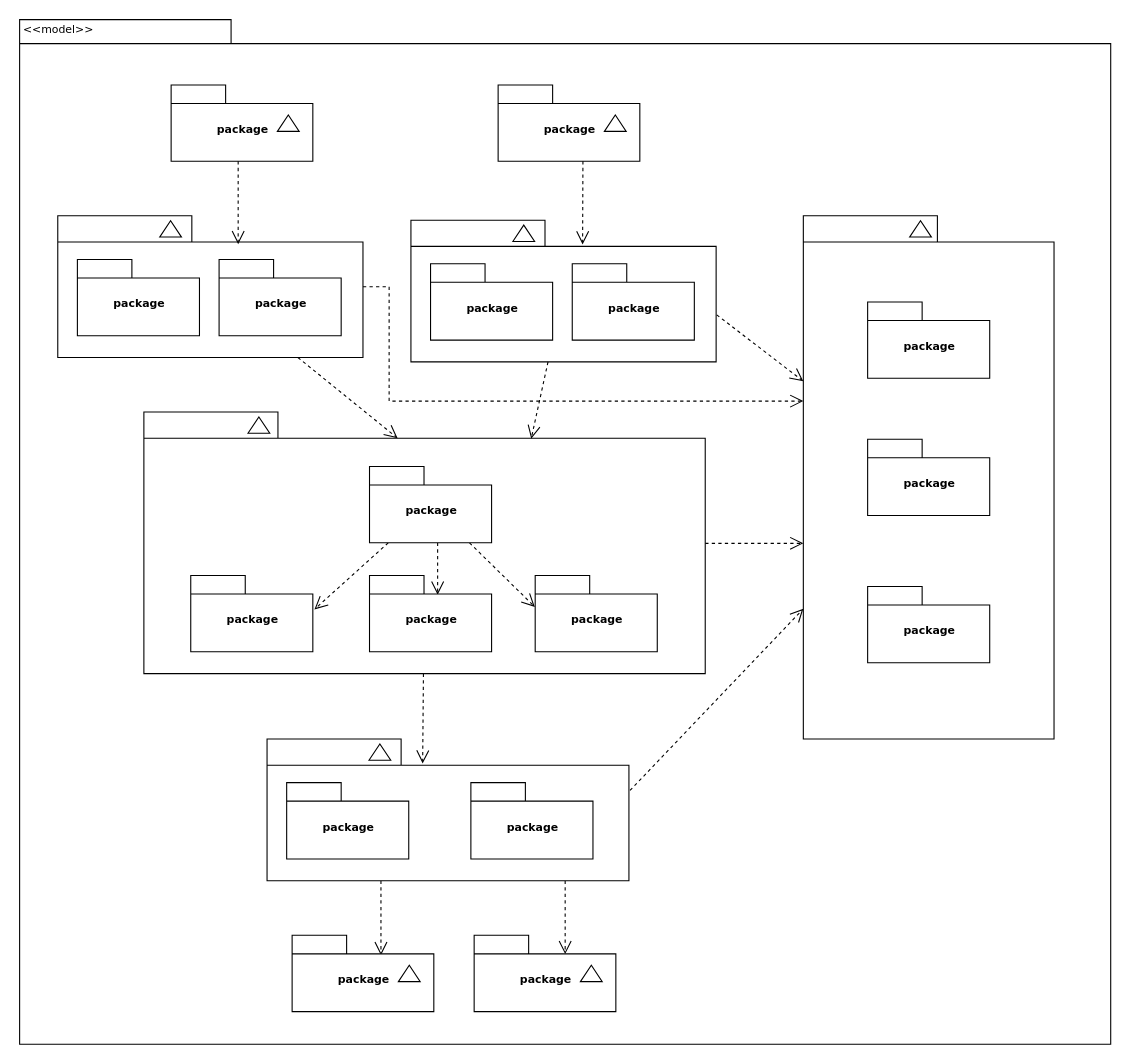
Alino999/U-AUBEN keeps this draw.io diagram as Diagramme de deploiement.drawio. Above is the earlier version. Source tidied: cells renumbered, new cells numbered last; positions are measured from the earlier drawing's top-left corner, leaving out a move shared by most shapes. Both pictures are drawn from the tidied source at 109%, with x=0, y=0 at pixel (19, 19).
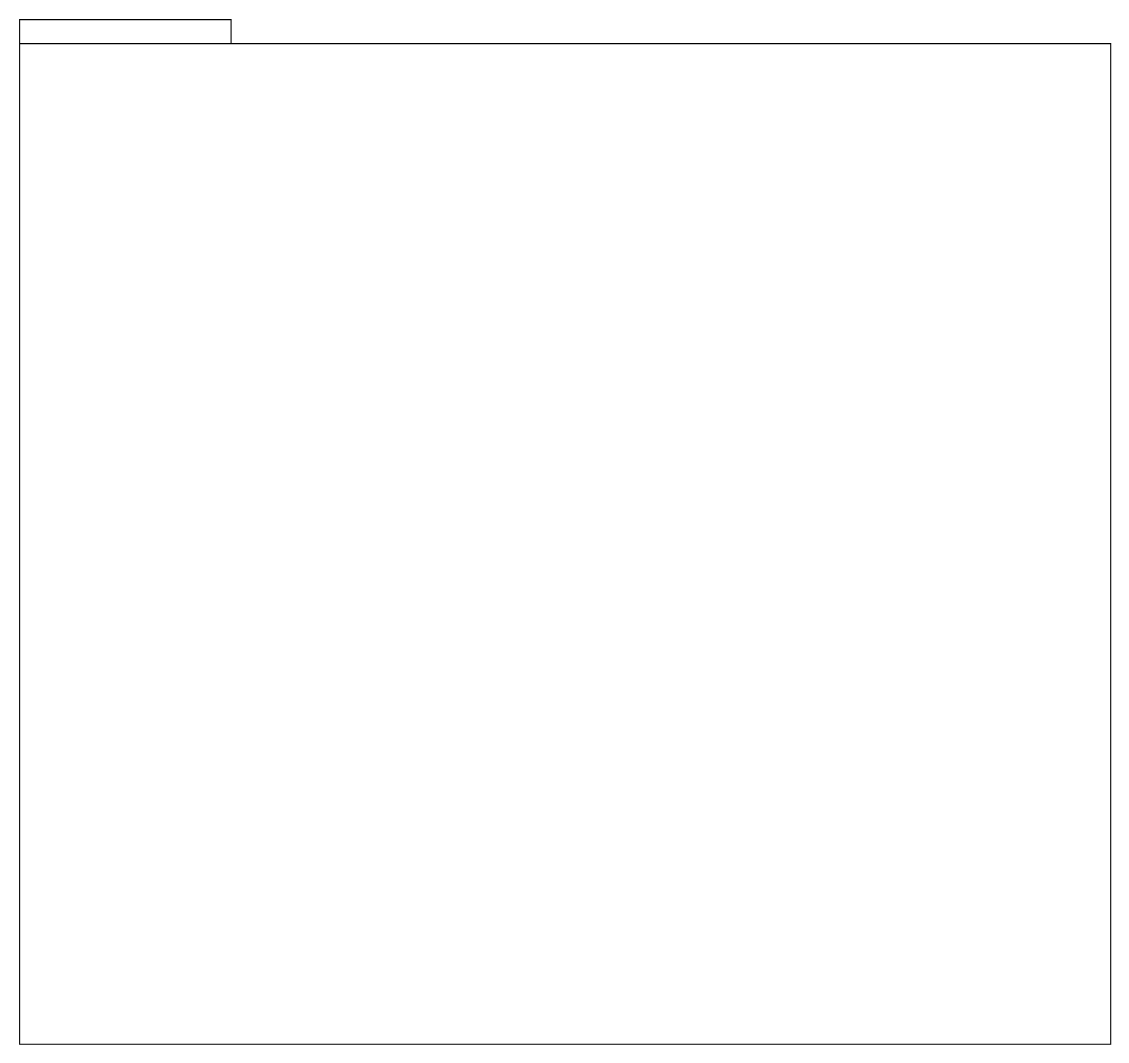
Above is the later version.

Commit message (it also covers changes not shown here):
Mettre à jour Diagramme de deploiement.drawio

What changed in the source:
```diff
@@
-    <mxCell id="3" style="group;" parent="1" vertex="1">
-      <mxGeometry x="139.5" y="60.5" width="130" height="70" as="geometry" />
-    </mxCell>
-    <mxCell id="4" value="package" style="shape=folder;fontStyle=1;spacingTop=10;tabWidth=50;tabHeight=17;tabPosition=left;html=1;rounded=0;shadow=0;comic=0;labelBackgroundColor=none;strokeWidth=1;fontFamily=Verdana;fontSize=10;align=center;" parent="3" vertex="1">
-      <mxGeometry width="130" height="70" as="geometry" />
-    </mxCell>
-    <mxCell id="5" style="triangle;whiteSpace=wrap;html=1;rounded=0;shadow=0;comic=0;labelBackgroundColor=none;strokeWidth=1;fontFamily=Verdana;fontSize=10;align=center;rotation=-90;" parent="3" vertex="1">
-      <mxGeometry x="100" y="25" width="15" height="20" as="geometry" />
-    </mxCell>
-    <mxCell id="6" style="group;" parent="1" vertex="1">
-      <mxGeometry x="439.5" y="60.5" width="130" height="70" as="geometry" />
-    </mxCell>
-    <mxCell id="7" value="package" style="shape=folder;fontStyle=1;spacingTop=10;tabWidth=50;tabHeight=17;tabPosition=left;html=1;rounded=0;shadow=0;comic=0;labelBackgroundColor=none;strokeWidth=1;fontFamily=Verdana;fontSize=10;align=center;" parent="6" vertex="1">
-      <mxGeometry width="130" height="70" as="geometry" />
-    </mxCell>
-    <mxCell id="8" style="triangle;whiteSpace=wrap;html=1;rounded=0;shadow=0;comic=0;labelBackgroundColor=none;strokeWidth=1;fontFamily=Verdana;fontSize=10;align=center;rotation=-90;" parent="6" vertex="1">
-      <mxGeometry x="100" y="25" width="15" height="20" as="geometry" />
-    </mxCell>
-    <mxCell id="9" style="group;" parent="1" vertex="1">
-      <mxGeometry x="35.5" y="180.5" width="280" height="130" as="geometry" />
-    </mxCell>
-    <mxCell id="10" style="shape=folder;fontStyle=1;spacingTop=10;tabWidth=123;tabHeight=24;tabPosition=left;html=1;rounded=0;shadow=0;comic=0;labelBackgroundColor=none;strokeWidth=1;fontFamily=Verdana;fontSize=10;align=center;" parent="9" vertex="1">
-      <mxGeometry width="280" height="130" as="geometry" />
-    </mxCell>
-    <mxCell id="11" style="triangle;whiteSpace=wrap;html=1;rounded=0;shadow=0;comic=0;labelBackgroundColor=none;strokeWidth=1;fontFamily=Verdana;fontSize=10;align=center;rotation=-90;" parent="9" vertex="1">
-      <mxGeometry x="96" y="2" width="15" height="20" as="geometry" />
-    </mxCell>
-    <mxCell id="12" value="package" style="shape=folder;fontStyle=1;spacingTop=10;tabWidth=50;tabHeight=17;tabPosition=left;html=1;rounded=0;shadow=0;comic=0;labelBackgroundColor=none;strokeWidth=1;fontFamily=Verdana;fontSize=10;align=center;" parent="9" vertex="1">
-      <mxGeometry x="18" y="40" width="112" height="70" as="geometry" />
-    </mxCell>
-    <mxCell id="13" value="package" style="shape=folder;fontStyle=1;spacingTop=10;tabWidth=50;tabHeight=17;tabPosition=left;html=1;rounded=0;shadow=0;comic=0;labelBackgroundColor=none;strokeWidth=1;fontFamily=Verdana;fontSize=10;align=center;" parent="9" vertex="1">
-      <mxGeometry x="148" y="40" width="112" height="70" as="geometry" />
-    </mxCell>
-    <mxCell id="14" style="group;" parent="1" vertex="1">
-      <mxGeometry x="359.5" y="184.5" width="280" height="130" as="geometry" />
-    </mxCell>
-    <mxCell id="15" style="shape=folder;fontStyle=1;spacingTop=10;tabWidth=123;tabHeight=24;tabPosition=left;html=1;rounded=0;shadow=0;comic=0;labelBackgroundColor=none;strokeWidth=1;fontFamily=Verdana;fontSize=10;align=center;" parent="14" vertex="1">
-      <mxGeometry width="280" height="130" as="geometry" />
-    </mxCell>
-    <mxCell id="16" style="triangle;whiteSpace=wrap;html=1;rounded=0;shadow=0;comic=0;labelBackgroundColor=none;strokeWidth=1;fontFamily=Verdana;fontSize=10;align=center;rotation=-90;" parent="14" vertex="1">
-      <mxGeometry x="96" y="2" width="15" height="20" as="geometry" />
-    </mxCell>
-    <mxCell id="17" value="package" style="shape=folder;fontStyle=1;spacingTop=10;tabWidth=50;tabHeight=17;tabPosition=left;html=1;rounded=0;shadow=0;comic=0;labelBackgroundColor=none;strokeWidth=1;fontFamily=Verdana;fontSize=10;align=center;" parent="14" vertex="1">
-      <mxGeometry x="18" y="40" width="112" height="70" as="geometry" />
-    </mxCell>
-    <mxCell id="18" value="package" style="shape=folder;fontStyle=1;spacingTop=10;tabWidth=50;tabHeight=17;tabPosition=left;html=1;rounded=0;shadow=0;comic=0;labelBackgroundColor=none;strokeWidth=1;fontFamily=Verdana;fontSize=10;align=center;" parent="14" vertex="1">
-      <mxGeometry x="148" y="40" width="112" height="70" as="geometry" />
-    </mxCell>
-    <mxCell id="19" style="group;" parent="1" vertex="1">
-      <mxGeometry x="719.5" y="180.5" width="230" height="480" as="geometry" />
-    </mxCell>
-    <mxCell id="20" style="group;" parent="19" vertex="1">
-      <mxGeometry width="230" height="480" as="geometry" />
-    </mxCell>
-    <mxCell id="21" style="shape=folder;fontStyle=1;spacingTop=10;tabWidth=123;tabHeight=24;tabPosition=left;html=1;rounded=0;shadow=0;comic=0;labelBackgroundColor=none;strokeWidth=1;fontFamily=Verdana;fontSize=10;align=center;" parent="20" vertex="1">
-      <mxGeometry width="230" height="480" as="geometry" />
-    </mxCell>
-    <mxCell id="22" style="triangle;whiteSpace=wrap;html=1;rounded=0;shadow=0;comic=0;labelBackgroundColor=none;strokeWidth=1;fontFamily=Verdana;fontSize=10;align=center;rotation=-90;" parent="20" vertex="1">
-      <mxGeometry x="100" y="2" width="15" height="20" as="geometry" />
-    </mxCell>
-    <mxCell id="23" value="package" style="shape=folder;fontStyle=1;spacingTop=10;tabWidth=50;tabHeight=17;tabPosition=left;html=1;rounded=0;shadow=0;comic=0;labelBackgroundColor=none;strokeWidth=1;fontFamily=Verdana;fontSize=10;align=center;" parent="20" vertex="1">
-      <mxGeometry x="59" y="79" width="112" height="70" as="geometry" />
-    </mxCell>
-    <mxCell id="24" value="package" style="shape=folder;fontStyle=1;spacingTop=10;tabWidth=50;tabHeight=17;tabPosition=left;html=1;rounded=0;shadow=0;comic=0;labelBackgroundColor=none;strokeWidth=1;fontFamily=Verdana;fontSize=10;align=center;" parent="20" vertex="1">
-      <mxGeometry x="59" y="205" width="112" height="70" as="geometry" />
-    </mxCell>
-    <mxCell id="25" value="package" style="shape=folder;fontStyle=1;spacingTop=10;tabWidth=50;tabHeight=17;tabPosition=left;html=1;rounded=0;shadow=0;comic=0;labelBackgroundColor=none;strokeWidth=1;fontFamily=Verdana;fontSize=10;align=center;" parent="20" vertex="1">
-      <mxGeometry x="59" y="340" width="112" height="70" as="geometry" />
-    </mxCell>
-    <mxCell id="26" style="edgeStyle=none;rounded=0;html=1;entryX=0.43;entryY=0.173;entryPerimeter=0;dashed=1;labelBackgroundColor=none;startFill=0;endArrow=open;endFill=0;endSize=10;fontFamily=Verdana;fontSize=10;" parent="1" edge="1" source="28" target="39">
-      <mxGeometry relative="1" as="geometry" />
-    </mxCell>
-    <mxCell id="27" style="edgeStyle=elbowEdgeStyle;rounded=0;html=1;dashed=1;labelBackgroundColor=none;startFill=0;endArrow=open;endFill=0;endSize=10;fontFamily=Verdana;fontSize=10;elbow=vertical;" parent="1" edge="1" source="28" target="21">
-      <mxGeometry relative="1" as="geometry" />
-    </mxCell>
-    <mxCell id="28" style="shape=folder;fontStyle=1;spacingTop=10;tabWidth=123;tabHeight=24;tabPosition=left;html=1;rounded=0;shadow=0;comic=0;labelBackgroundColor=none;strokeColor=#000000;strokeWidth=1;fillColor=#ffffff;fontFamily=Verdana;fontSize=10;fontColor=#000000;align=center;" parent="1" vertex="1">
-      <mxGeometry x="114.5" y="360.5" width="515" height="240" as="geometry" />
-    </mxCell>
-    <mxCell id="29" style="edgeStyle=elbowEdgeStyle;rounded=0;html=1;entryX=0.559;entryY=0.251;entryPerimeter=0;dashed=1;labelBackgroundColor=none;startFill=0;endArrow=open;endFill=0;endSize=10;fontFamily=Verdana;fontSize=10;" parent="1" edge="1" source="32" target="34">
-      <mxGeometry relative="1" as="geometry" />
-    </mxCell>
-    <mxCell id="30" style="edgeStyle=none;rounded=0;html=1;dashed=1;labelBackgroundColor=none;startFill=0;endArrow=open;endFill=0;endSize=10;fontFamily=Verdana;fontSize=10;entryX=-0.003;entryY=0.411;entryPerimeter=0;" parent="1" edge="1" source="32" target="35">
-      <mxGeometry relative="1" as="geometry" />
-    </mxCell>
-    <mxCell id="31" style="edgeStyle=none;rounded=0;html=1;dashed=1;labelBackgroundColor=none;startFill=0;endArrow=open;endFill=0;endSize=10;fontFamily=Verdana;fontSize=10;entryX=1.013;entryY=0.444;entryPerimeter=0;" parent="1" edge="1" source="32" target="33">
-      <mxGeometry relative="1" as="geometry" />
-    </mxCell>
-    <mxCell id="32" value="package" style="shape=folder;fontStyle=1;spacingTop=10;tabWidth=50;tabHeight=17;tabPosition=left;html=1;rounded=0;shadow=0;comic=0;labelBackgroundColor=none;strokeColor=#000000;strokeWidth=1;fillColor=#ffffff;fontFamily=Verdana;fontSize=10;fontColor=#000000;align=center;" parent="1" vertex="1">
-      <mxGeometry x="321.5" y="410.5" width="112" height="70" as="geometry" />
-    </mxCell>
-    <mxCell id="33" value="package" style="shape=folder;fontStyle=1;spacingTop=10;tabWidth=50;tabHeight=17;tabPosition=left;html=1;rounded=0;shadow=0;comic=0;labelBackgroundColor=none;strokeColor=#000000;strokeWidth=1;fillColor=#ffffff;fontFamily=Verdana;fontSize=10;fontColor=#000000;align=center;" parent="1" vertex="1">
-      <mxGeometry x="157.5" y="510.5" width="112" height="70" as="geometry" />
-    </mxCell>
-    <mxCell id="34" value="package" style="shape=folder;fontStyle=1;spacingTop=10;tabWidth=50;tabHeight=17;tabPosition=left;html=1;rounded=0;shadow=0;comic=0;labelBackgroundColor=none;strokeColor=#000000;strokeWidth=1;fillColor=#ffffff;fontFamily=Verdana;fontSize=10;fontColor=#000000;align=center;" parent="1" vertex="1">
-      <mxGeometry x="321.5" y="510.5" width="112" height="70" as="geometry" />
-    </mxCell>
-    <mxCell id="35" value="package" style="shape=folder;fontStyle=1;spacingTop=10;tabWidth=50;tabHeight=17;tabPosition=left;html=1;rounded=0;shadow=0;comic=0;labelBackgroundColor=none;strokeColor=#000000;strokeWidth=1;fillColor=#ffffff;fontFamily=Verdana;fontSize=10;fontColor=#000000;align=center;" parent="1" vertex="1">
-      <mxGeometry x="473.5" y="510.5" width="112" height="70" as="geometry" />
-    </mxCell>
-    <mxCell id="36" style="edgeStyle=elbowEdgeStyle;rounded=0;html=1;entryX=0.628;entryY=0.26;entryPerimeter=0;dashed=1;labelBackgroundColor=none;startFill=0;endArrow=open;endFill=0;endSize=10;fontFamily=Verdana;fontSize=10;" parent="1" edge="1" source="39" target="45">
-      <mxGeometry relative="1" as="geometry" />
-    </mxCell>
-    <mxCell id="37" style="edgeStyle=elbowEdgeStyle;rounded=0;html=1;entryX=0.643;entryY=0.246;entryPerimeter=0;dashed=1;labelBackgroundColor=none;startFill=0;endArrow=open;endFill=0;endSize=10;fontFamily=Verdana;fontSize=10;" parent="1" edge="1" source="39" target="48">
-      <mxGeometry relative="1" as="geometry" />
-    </mxCell>
-    <mxCell id="38" style="edgeStyle=none;rounded=0;html=1;dashed=1;labelBackgroundColor=none;startFill=0;endArrow=open;endFill=0;endSize=10;fontFamily=Verdana;fontSize=10;exitX=1.003;exitY=0.363;exitPerimeter=0;" parent="1" edge="1" source="39" target="21">
-      <mxGeometry relative="1" as="geometry" />
-    </mxCell>
-    <mxCell id="39" style="shape=folder;fontStyle=1;spacingTop=10;tabWidth=123;tabHeight=24;tabPosition=left;html=1;rounded=0;shadow=0;comic=0;labelBackgroundColor=none;strokeWidth=1;fontFamily=Verdana;fontSize=10;align=center;" parent="1" vertex="1">
-      <mxGeometry x="227.5" y="660.5" width="332" height="130" as="geometry" />
-    </mxCell>
-    <mxCell id="40" style="triangle;whiteSpace=wrap;html=1;rounded=0;shadow=0;comic=0;labelBackgroundColor=none;strokeWidth=1;fontFamily=Verdana;fontSize=10;align=center;rotation=-90;" parent="1" vertex="1">
-      <mxGeometry x="323.5" y="662.5" width="15" height="20" as="geometry" />
-    </mxCell>
-    <mxCell id="41" value="package" style="shape=folder;fontStyle=1;spacingTop=10;tabWidth=50;tabHeight=17;tabPosition=left;html=1;rounded=0;shadow=0;comic=0;labelBackgroundColor=none;strokeWidth=1;fontFamily=Verdana;fontSize=10;align=center;" parent="1" vertex="1">
-      <mxGeometry x="245.5" y="700.5" width="112" height="70" as="geometry" />
-    </mxCell>
-    <mxCell id="42" value="package" style="shape=folder;fontStyle=1;spacingTop=10;tabWidth=50;tabHeight=17;tabPosition=left;html=1;rounded=0;shadow=0;comic=0;labelBackgroundColor=none;strokeWidth=1;fontFamily=Verdana;fontSize=10;align=center;" parent="1" vertex="1">
-      <mxGeometry x="414.5" y="700.5" width="112" height="70" as="geometry" />
-    </mxCell>
-    <mxCell id="43" style="triangle;whiteSpace=wrap;html=1;rounded=0;shadow=0;comic=0;labelBackgroundColor=none;strokeColor=#000000;strokeWidth=1;fillColor=#ffffff;fontFamily=Verdana;fontSize=10;fontColor=#000000;align=center;rotation=-90;" parent="1" vertex="1">
-      <mxGeometry x="212.5" y="362.5" width="15" height="20" as="geometry" />
-    </mxCell>
-    <mxCell id="44" style="group;" parent="1" vertex="1">
-      <mxGeometry x="250.5" y="840.6" width="130" height="70" as="geometry" />
-    </mxCell>
-    <mxCell id="45" value="package" style="shape=folder;fontStyle=1;spacingTop=10;tabWidth=50;tabHeight=17;tabPosition=left;html=1;rounded=0;shadow=0;comic=0;labelBackgroundColor=none;strokeWidth=1;fontFamily=Verdana;fontSize=10;align=center;" parent="44" vertex="1">
-      <mxGeometry width="130" height="70" as="geometry" />
-    </mxCell>
-    <mxCell id="46" style="triangle;whiteSpace=wrap;html=1;rounded=0;shadow=0;comic=0;labelBackgroundColor=none;strokeWidth=1;fontFamily=Verdana;fontSize=10;align=center;rotation=-90;" parent="44" vertex="1">
-      <mxGeometry x="100" y="25" width="15" height="20" as="geometry" />
-    </mxCell>
-    <mxCell id="47" style="group;" parent="1" vertex="1">
-      <mxGeometry x="417.5" y="840.6" width="130" height="70" as="geometry" />
-    </mxCell>
-    <mxCell id="48" value="package" style="shape=folder;fontStyle=1;spacingTop=10;tabWidth=50;tabHeight=17;tabPosition=left;html=1;rounded=0;shadow=0;comic=0;labelBackgroundColor=none;strokeWidth=1;fontFamily=Verdana;fontSize=10;align=center;" parent="47" vertex="1">
-      <mxGeometry width="130" height="70" as="geometry" />
-    </mxCell>
-    <mxCell id="49" style="triangle;whiteSpace=wrap;html=1;rounded=0;shadow=0;comic=0;labelBackgroundColor=none;strokeWidth=1;fontFamily=Verdana;fontSize=10;align=center;rotation=-90;" parent="47" vertex="1">
-      <mxGeometry x="100" y="25" width="15" height="20" as="geometry" />
-    </mxCell>
-    <mxCell id="50" style="rounded=0;html=1;dashed=1;labelBackgroundColor=none;startFill=0;endArrow=open;endFill=0;endSize=10;fontFamily=Verdana;fontSize=10;entryX=0.592;entryY=0.2;entryPerimeter=0;edgeStyle=elbowEdgeStyle;" parent="1" edge="1" source="4" target="10">
-      <mxGeometry relative="1" as="geometry" />
-    </mxCell>
-    <mxCell id="51" style="rounded=0;html=1;dashed=1;labelBackgroundColor=none;startFill=0;endArrow=open;endFill=0;endSize=10;fontFamily=Verdana;fontSize=10;entryX=0.592;entryY=0.2;entryPerimeter=0;edgeStyle=elbowEdgeStyle;" parent="1" edge="1">
-      <mxGeometry relative="1" as="geometry">
-        <mxPoint x="517.3" y="130.5" as="sourcePoint" />
-        <mxPoint x="517.3" y="206.8" as="targetPoint" />
-      </mxGeometry>
-    </mxCell>
-    <mxCell id="52" style="rounded=0;html=1;entryX=0.452;entryY=0.1;entryPerimeter=0;dashed=1;labelBackgroundColor=none;startFill=0;endArrow=open;endFill=0;endSize=10;fontFamily=Verdana;fontSize=10;" parent="1" edge="1" source="10" target="28">
-      <mxGeometry relative="1" as="geometry" />
-    </mxCell>
-    <mxCell id="53" style="edgeStyle=none;rounded=0;html=1;entryX=0.69;entryY=0.102;entryPerimeter=0;dashed=1;labelBackgroundColor=none;startFill=0;endArrow=open;endFill=0;endSize=10;fontFamily=Verdana;fontSize=10;" parent="1" edge="1" source="15" target="28">
-      <mxGeometry relative="1" as="geometry" />
-    </mxCell>
-    <mxCell id="54" style="edgeStyle=none;rounded=0;html=1;dashed=1;labelBackgroundColor=none;startFill=0;endArrow=open;endFill=0;endSize=10;fontFamily=Verdana;fontSize=10;exitX=1.002;exitY=0.668;exitPerimeter=0;" parent="1" edge="1" source="15" target="21">
-      <mxGeometry relative="1" as="geometry" />
-    </mxCell>
-    <mxCell id="55" style="edgeStyle=orthogonalEdgeStyle;rounded=0;html=1;dashed=1;labelBackgroundColor=none;startFill=0;endArrow=open;endFill=0;endSize=10;fontFamily=Verdana;fontSize=10;" parent="1" edge="1" source="10" target="21">
-      <mxGeometry relative="1" as="geometry">
-        <Array as="points">
-          <mxPoint x="339.5" y="245.5" />
-          <mxPoint x="339.5" y="350.5" />
-        </Array>
-      </mxGeometry>
-    </mxCell>
-    <mxCell id="56" value="&amp;lt;&amp;lt;model&amp;gt;&amp;gt;" style="text;html=1;align=left;verticalAlign=top;spacingTop=-4;fontSize=10;fontFamily=Verdana;" parent="1" vertex="1">
-      <mxGeometry x="1.5" y="0.5" width="130" height="20" as="geometry" />
-    </mxCell>
```
